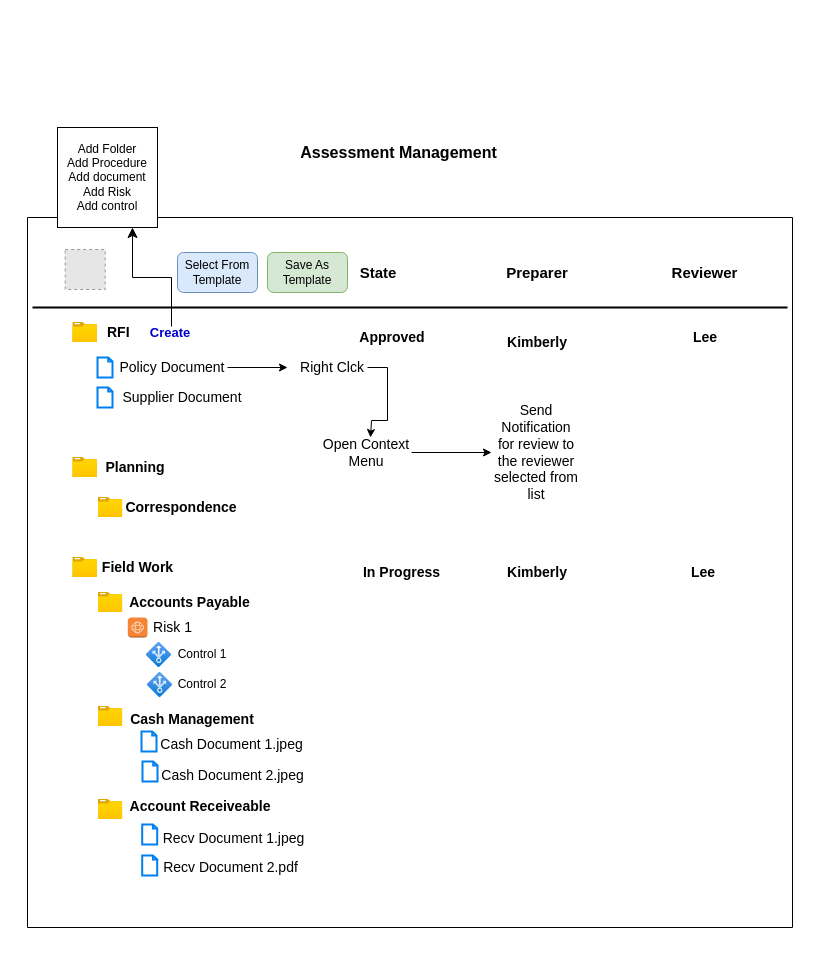
This is page "Workflow" (3 of 4) of internal_audit.drawio from AvikM1996/draw.io, a draw.io file, before an edit. Source tidied: cells renumbered, new cells numbered last; positions are measured from the earlier drawing's top-left corner, leaving out a move shared by most shapes. Both pictures are drawn from the tidied source at 100%, with x=0, y=0 at pixel (27, 127). Pictures stored in the file or linked from it are replaced by grey dashed boxes.
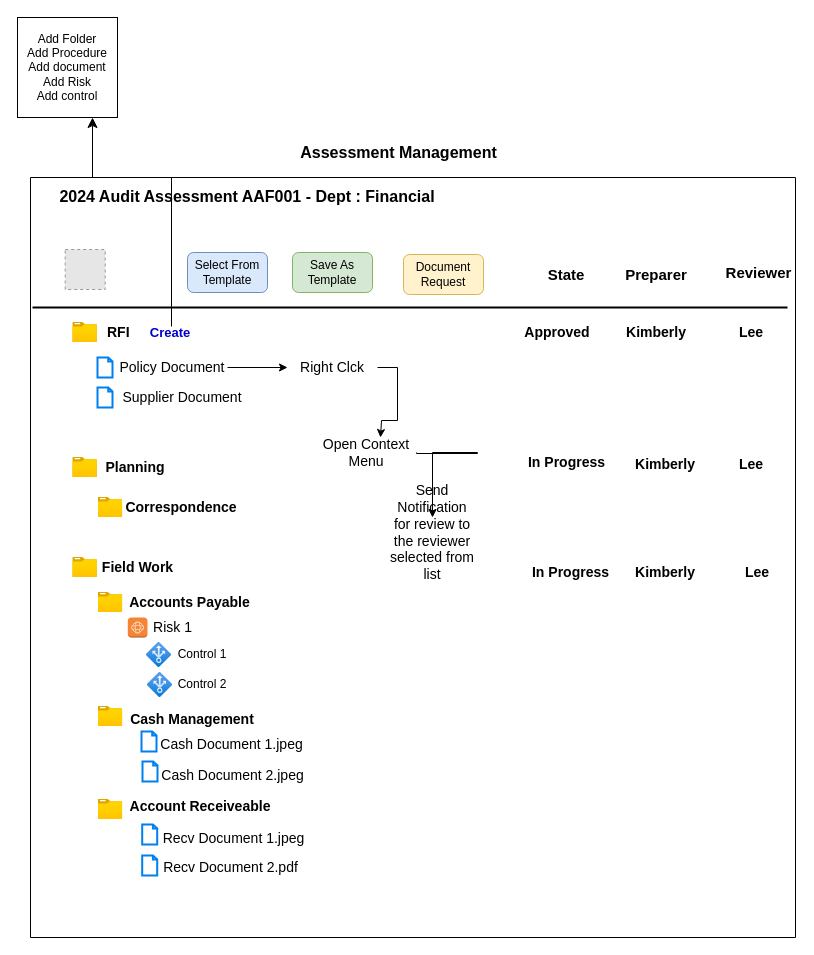
Above is the later version.

The change refers to these unchanged cells:
```xml
<mxCell id="54" value="Open Context Menu" style="text;html=1;align=center;verticalAlign=middle;whiteSpace=wrap;rounded=0;fontSize=14;" parent="1" vertex="1">
  <mxGeometry x="294" y="310" width="90" height="30" as="geometry" />
</mxCell>
```

The edit, as a diff of the source:
```diff
@@
     <mxCell id="3" style="verticalLabelPosition=bottom;verticalAlign=top;html=1;shape=mxgraph.basic.rect;fillColor2=none;strokeWidth=1;size=20;indent=5;" parent="1" vertex="1">
-      <mxGeometry y="90" width="765" height="710" as="geometry" />
+      <mxGeometry x="3" y="50" width="765" height="760" as="geometry" />
     </mxCell>
@@
     <mxCell id="12" value="Approved" style="text;html=1;align=center;verticalAlign=middle;whiteSpace=wrap;rounded=0;fontSize=14;fontStyle=1;" parent="1" vertex="1">
-      <mxGeometry x="335" y="195" width="60" height="30" as="geometry" />
+      <mxGeometry x="500" y="190" width="60" height="30" as="geometry" />
     </mxCell>
     <mxCell id="13" value="Kimberly" style="text;html=1;align=center;verticalAlign=middle;whiteSpace=wrap;rounded=0;fontSize=14;fontStyle=1;" parent="1" vertex="1">
-      <mxGeometry x="480" y="200" width="60" height="30" as="geometry" />
+      <mxGeometry x="599" y="190" width="60" height="30" as="geometry" />
     </mxCell>
     <mxCell id="14" value="Lee" style="text;html=1;align=center;verticalAlign=middle;whiteSpace=wrap;rounded=0;fontSize=14;fontStyle=1;" parent="1" vertex="1">
-      <mxGeometry x="647.5" y="195" width="60" height="30" as="geometry" />
+      <mxGeometry x="694" y="190" width="60" height="30" as="geometry" />
     </mxCell>
@@
     <mxCell id="36" value="&lt;b&gt;&lt;font style=&quot;font-size: 14px;&quot;&gt;In Progress&lt;/font&gt;&lt;/b&gt;" style="text;html=1;align=center;verticalAlign=middle;strokeColor=none;fillColor=none;" parent="1" vertex="1">
-      <mxGeometry x="324" y="430" width="100" height="30" as="geometry" />
+      <mxGeometry x="493" y="430" width="100" height="30" as="geometry" />
     </mxCell>
     <mxCell id="37" value="State" style="text;html=1;align=center;verticalAlign=middle;whiteSpace=wrap;rounded=0;fontSize=15;fontStyle=1;" parent="1" vertex="1">
-      <mxGeometry x="321" y="130" width="60" height="30" as="geometry" />
+      <mxGeometry x="509" y="132" width="60" height="30" as="geometry" />
     </mxCell>
     <mxCell id="38" value="&lt;span style=&quot;font-size: 15px;&quot;&gt;Preparer&lt;/span&gt;" style="text;html=1;align=center;verticalAlign=middle;whiteSpace=wrap;rounded=0;fontStyle=1;fontSize=15;" parent="1" vertex="1">
-      <mxGeometry x="480" y="130" width="60" height="30" as="geometry" />
+      <mxGeometry x="599" y="132" width="60" height="30" as="geometry" />
     </mxCell>
     <mxCell id="39" value="&lt;b style=&quot;font-size: 15px;&quot;&gt;&lt;font style=&quot;font-size: 15px;&quot;&gt;Reviewer&lt;/font&gt;&lt;/b&gt;" style="text;html=1;align=center;verticalAlign=middle;whiteSpace=wrap;rounded=0;fontSize=15;" parent="1" vertex="1">
-      <mxGeometry x="640" y="130" width="75" height="30" as="geometry" />
+      <mxGeometry x="694" y="130" width="75" height="30" as="geometry" />
     </mxCell>
@@
     <mxCell id="41" value="Kimberly" style="text;html=1;align=center;verticalAlign=middle;whiteSpace=wrap;rounded=0;fontSize=14;fontStyle=1;" parent="1" vertex="1">
-      <mxGeometry x="480" y="430" width="60" height="30" as="geometry" />
+      <mxGeometry x="608" y="430" width="60" height="30" as="geometry" />
     </mxCell>
     <mxCell id="42" value="Lee" style="text;html=1;align=center;verticalAlign=middle;whiteSpace=wrap;rounded=0;fontSize=14;fontStyle=1;" parent="1" vertex="1">
-      <mxGeometry x="646" y="430" width="60" height="30" as="geometry" />
+      <mxGeometry x="700" y="430" width="60" height="30" as="geometry" />
     </mxCell>
@@
     <mxCell id="44" value="Add Folder&lt;br&gt;Add Procedure&lt;br&gt;Add document&lt;br&gt;Add Risk&lt;br&gt;Add control" style="whiteSpace=wrap;html=1;" parent="1" vertex="1">
-      <mxGeometry x="30" width="100" height="100" as="geometry" />
+      <mxGeometry x="-10" y="-110" width="100" height="100" as="geometry" />
     </mxCell>
     <mxCell id="45" style="edgeStyle=elbowEdgeStyle;elbow=vertical;endArrow=classic;html=1;curved=0;rounded=0;endSize=8;startSize=8;entryX=0.75;entryY=1;entryDx=0;entryDy=0;" parent="1" edge="1" target="44">
       <mxGeometry relative="1" as="geometry">
         <mxPoint x="144" y="199" as="sourcePoint" />
+        <Array as="points">
+          <mxPoint x="730" y="50" />
+        </Array>
       </mxGeometry>
     </mxCell>
@@
     <mxCell id="51" style="edgeStyle=orthogonalEdgeStyle;rounded=0;orthogonalLoop=1;jettySize=auto;html=1;" parent="1" edge="1">
       <mxGeometry relative="1" as="geometry">
-        <mxPoint x="340" y="240" as="sourcePoint" />
-        <mxPoint x="343" y="310" as="targetPoint" />
+        <mxPoint x="350" y="240" as="sourcePoint" />
+        <mxPoint x="353" y="310" as="targetPoint" />
         <Array as="points">
-          <mxPoint x="360" y="240" />
-          <mxPoint x="360" y="293" />
-          <mxPoint x="344" y="293" />
+          <mxPoint x="370" y="240" />
+          <mxPoint x="370" y="293" />
+          <mxPoint x="354" y="293" />
         </Array>
       </mxGeometry>
     </mxCell>
@@
-    <mxCell id="53" style="edgeStyle=orthogonalEdgeStyle;rounded=0;jettySize=auto;html=1;" parent="1" edge="1" source="54" target="55">
-      <mxGeometry relative="1" as="geometry" />
+    <mxCell id="53" style="edgeStyle=orthogonalEdgeStyle;rounded=0;jettySize=auto;html=1;" parent="1" edge="1" target="55">
+      <mxGeometry relative="1" as="geometry">
+        <mxPoint x="389" y="325" as="sourcePoint" />
+        <Array as="points">
+          <mxPoint x="389" y="326" />
+          <mxPoint x="450" y="326" />
+          <mxPoint x="450" y="325" />
+          <mxPoint x="405" y="325" />
+        </Array>
+      </mxGeometry>
     </mxCell>
@@
     <mxCell id="55" value="Send Notification for review to the reviewer selected from list" style="text;html=1;align=center;verticalAlign=middle;whiteSpace=wrap;rounded=0;fontSize=14;" parent="1" vertex="1">
-      <mxGeometry x="464" y="310" width="90" height="30" as="geometry" />
+      <mxGeometry x="360" y="390" width="90" height="30" as="geometry" />
     </mxCell>
     <mxCell id="56" value="Save As Template" style="rounded=1;whiteSpace=wrap;html=1;fillColor=#d5e8d4;strokeColor=#82b366;" parent="1" vertex="1">
-      <mxGeometry x="240" y="125" width="80" height="40" as="geometry" />
+      <mxGeometry x="265" y="125" width="80" height="40" as="geometry" />
     </mxCell>
     <mxCell id="57" value="Select From Template" style="rounded=1;whiteSpace=wrap;html=1;fillColor=#dae8fc;strokeColor=#6c8ebf;" parent="1" vertex="1">
-      <mxGeometry x="150" y="125" width="80" height="40" as="geometry" />
+      <mxGeometry x="160" y="125" width="80" height="40" as="geometry" />
     </mxCell>
+    <mxCell id="58" value="&lt;b&gt;&lt;font style=&quot;font-size: 16px;&quot;&gt;2024 Audit Assessment AAF001 - Dept : Financial&lt;/font&gt;&lt;/b&gt;" style="text;html=1;align=center;verticalAlign=middle;whiteSpace=wrap;rounded=0;" parent="1" vertex="1">
+      <mxGeometry x="-10" y="54" width="460" height="30" as="geometry" />
+    </mxCell>
+    <mxCell id="59" value="Document Request" style="rounded=1;whiteSpace=wrap;html=1;fillColor=#fff2cc;strokeColor=#d6b656;" parent="1" vertex="1">
+      <mxGeometry x="376" y="127" width="80" height="40" as="geometry" />
+    </mxCell>
+    <mxCell id="60" value="&lt;b&gt;&lt;font style=&quot;font-size: 14px;&quot;&gt;In Progress&lt;/font&gt;&lt;/b&gt;" style="text;html=1;align=center;verticalAlign=middle;strokeColor=none;fillColor=none;" parent="1" vertex="1">
+      <mxGeometry x="489" y="320" width="100" height="30" as="geometry" />
+    </mxCell>
+    <mxCell id="61" value="Kimberly" style="text;html=1;align=center;verticalAlign=middle;whiteSpace=wrap;rounded=0;fontSize=14;fontStyle=1;" parent="1" vertex="1">
+      <mxGeometry x="608" y="322" width="60" height="30" as="geometry" />
+    </mxCell>
+    <mxCell id="62" value="Lee" style="text;html=1;align=center;verticalAlign=middle;whiteSpace=wrap;rounded=0;fontSize=14;fontStyle=1;" parent="1" vertex="1">
+      <mxGeometry x="694" y="322" width="60" height="30" as="geometry" />
+    </mxCell>
```
